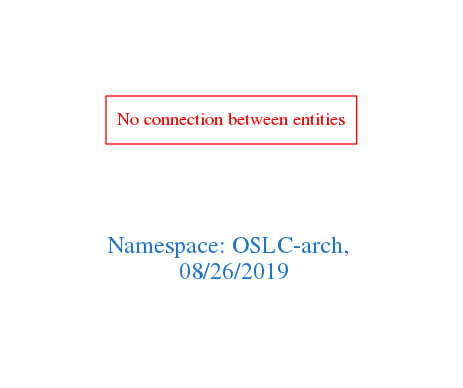
The Graphviz diagram downloads/OSLC-arch.png in arago/OGIT, before a commit. Its source is kept beside it as downloads/OSLC-arch.dot.
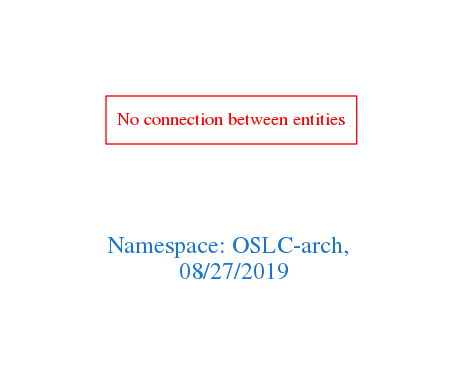
The same diagram one commit later.

What changed in the source:
```diff
@@ -1,7 +1,7 @@
 digraph OGIT_ontology {
  graph [ rankdir= LR,pad=1
 fontsize = 18,
-fontcolor= dodgerblue3,label = "\n\n\nNamespace: OSLC-arch, \n 08/26/2019"];
+fontcolor= dodgerblue3,label = "\n\n\nNamespace: OSLC-arch, \n 08/27/2019"];
 node[shape=polygon];
 edge [  color="gray81"];
 
```
